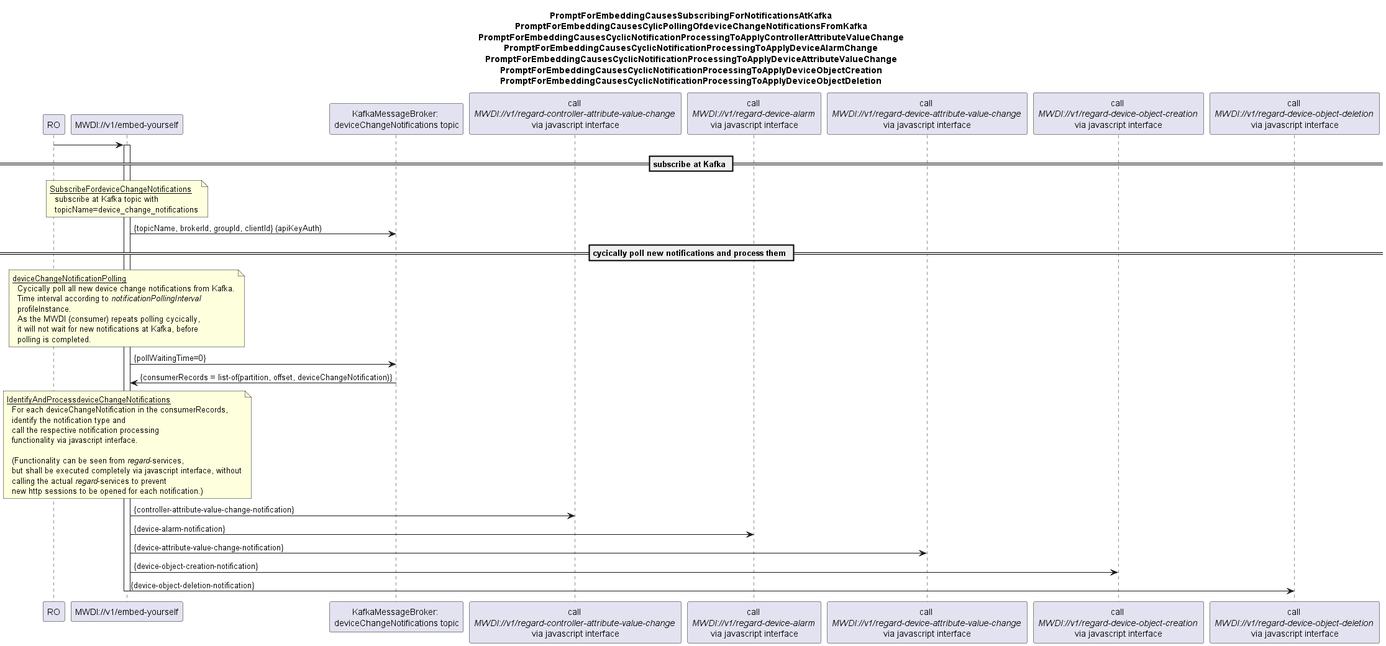
Earlier version of the PlantUML export spec/diagrams/01x_NotificationPollingFromKafkaAndProcessing.png (openBackhaul/MicroWaveDeviceInventory).
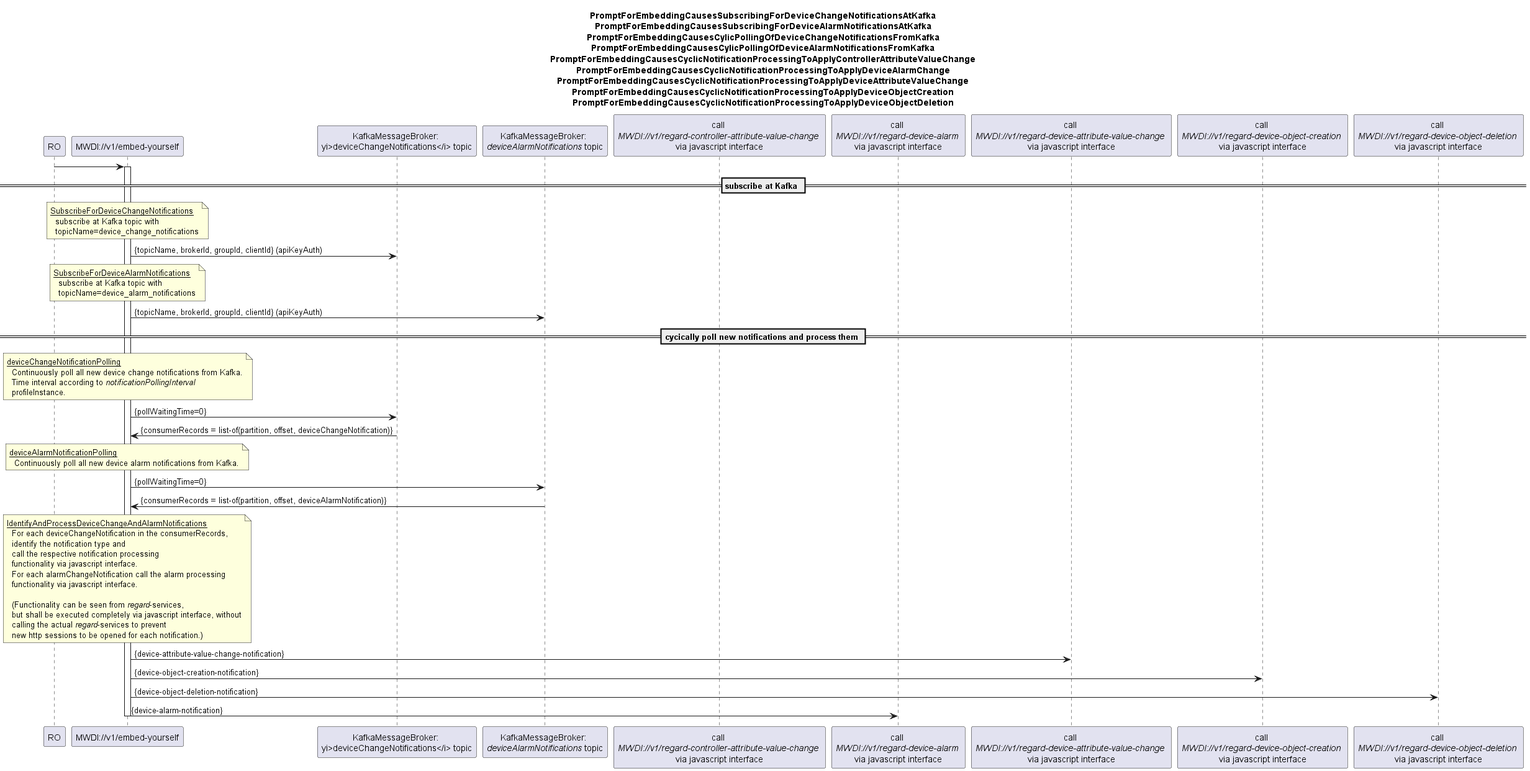
After the commit.

Change to the diagram source:
```diff
@@ -2,8 +2,10 @@
 skinparam responseMessageBelowArrow true
 
 title
-PromptForEmbeddingCausesSubscribingForNotificationsAtKafka
-PromptForEmbeddingCausesCylicPollingOfdeviceChangeNotificationsFromKafka
+PromptForEmbeddingCausesSubscribingForDeviceChangeNotificationsAtKafka
+PromptForEmbeddingCausesSubscribingForDeviceAlarmNotificationsAtKafka
+PromptForEmbeddingCausesCylicPollingOfDeviceChangeNotificationsFromKafka
+PromptForEmbeddingCausesCylicPollingOfDeviceAlarmNotificationsFromKafka
 PromptForEmbeddingCausesCyclicNotificationProcessingToApplyControllerAttributeValueChange
 PromptForEmbeddingCausesCyclicNotificationProcessingToApplyDeviceAlarmChange
 PromptForEmbeddingCausesCyclicNotificationProcessingToApplyDeviceAttributeValueChange
@@ -13,7 +15,8 @@
 
 participant "RO" as ro
 participant "MWDI://v1/embed-yourself" as mwdi
-participant "KafkaMessageBroker: \ndeviceChangeNotifications topic" as kafka
+participant "KafkaMessageBroker: \nyi>deviceChangeNotifications</i> topic" as kafkaDev
+participant "KafkaMessageBroker: \n<i>deviceAlarmNotifications</i> topic" as kafkaAlarm
 participant "call \n<i>MWDI://v1/regard-controller-attribute-value-change </i>\nvia javascript interface" as regardCtrlAttChange
 participant "call \n<i>MWDI://v1/regard-device-alarm </i>\nvia javascript interface" as regardAlarm
 participant "call \n<i>MWDI://v1/regard-device-attribute-value-change </i>\nvia javascript interface" as regardDevAttChange
@@ -26,30 +29,43 @@
 
 == subscribe at Kafka ==
 note over mwdi
-<u>SubscribeFordeviceChangeNotifications</u>
+<u>SubscribeForDeviceChangeNotifications</u>
   subscribe at Kafka topic with
   topicName=device_change_notifications
 end note
-mwdi -> kafka: {topicName, brokerId, groupId, clientId} (apiKeyAuth)
+mwdi -> kafkaDev: {topicName, brokerId, groupId, clientId} (apiKeyAuth)
+
+note over mwdi
+<u>SubscribeForDeviceAlarmNotifications</u>
+  subscribe at Kafka topic with
+  topicName=device_alarm_notifications
+end note
+mwdi -> kafkaAlarm: {topicName, brokerId, groupId, clientId} (apiKeyAuth)
 
 == cycically poll new notifications and process them ==
 note over mwdi
 <u>deviceChangeNotificationPolling</u>
-  Cycically poll all new device change notifications from Kafka.
+  Continuously poll all new device change notifications from Kafka.
   Time interval according to <i>notificationPollingInterval</i>
   profileInstance.
-  As the MWDI (consumer) repeats polling cycically,
-  it will not wait for new notifications at Kafka, before
-  polling is completed.
 end note
-mwdi -> kafka: {pollWaitingTime=0}
-kafka -> mwdi: {consumerRecords = list-of(partition, offset, deviceChangeNotification)}
+mwdi -> kafkaDev: {pollWaitingTime=0}
+kafkaDev -> mwdi: {consumerRecords = list-of(partition, offset, deviceChangeNotification)}
 
 note over mwdi
-<u>IdentifyAndProcessdeviceChangeNotifications</u>
+<u>deviceAlarmNotificationPolling</u>
+  Continuously poll all new device alarm notifications from Kafka.
+end note
+mwdi -> kafkaAlarm: {pollWaitingTime=0}
+kafkaAlarm -> mwdi: {consumerRecords = list-of(partition, offset, deviceAlarmNotification)}
+
+note over mwdi
+<u>IdentifyAndProcessDeviceChangeAndAlarmNotifications</u>
   For each deviceChangeNotification in the consumerRecords,
   identify the notification type and
   call the respective notification processing
+  functionality via javascript interface.
+  For each alarmChangeNotification call the alarm processing
   functionality via javascript interface.
 
   (Functionality can be seen from <i>regard</i>-services,
@@ -57,11 +73,10 @@
   calling the actual <i>regard</i>-services to prevent
   new http sessions to be opened for each notification.)
 end note
-mwdi -> regardCtrlAttChange: {controller-attribute-value-change-notification}
-mwdi -> regardAlarm: {device-alarm-notification}
 mwdi -> regardDevAttChange: {device-attribute-value-change-notification}
 mwdi -> regardDevObjCreation: {device-object-creation-notification}
 mwdi -> regardDevObjDeletion: {device-object-deletion-notification}
+mwdi -> regardAlarm: {device-alarm-notification}
 
 deactivate mwdi
 
```
